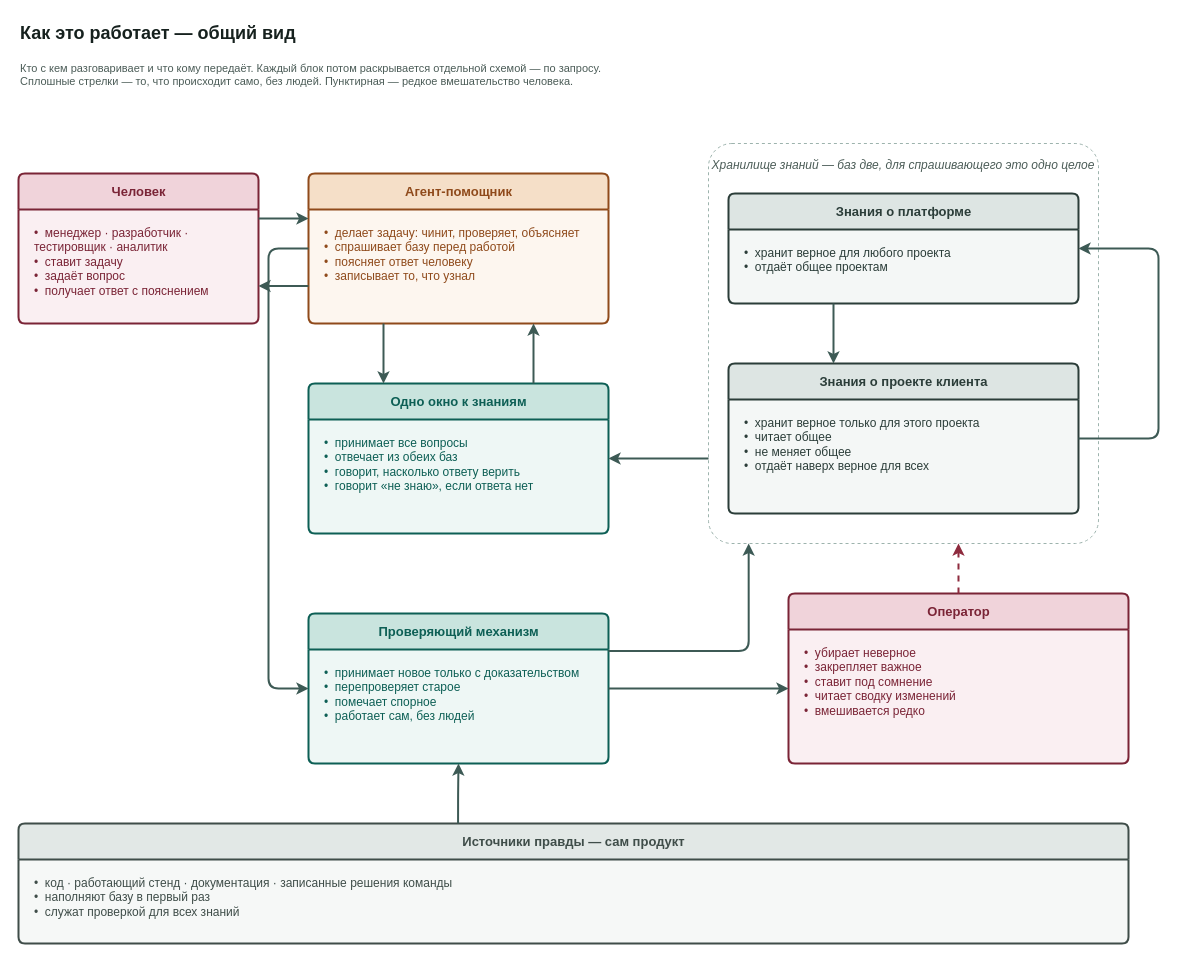
VirtoCommerce/ai-tools keeps this draw.io diagram as docs/adr/adr-knowledge-base-v3-overview.drawio. Above is the earlier version. Source tidied: cells renumbered, new cells numbered last; positions are measured from the earlier drawing's top-left corner, leaving out a move shared by most shapes. Both pictures are drawn from the tidied source at 100%, with x=0, y=0 at pixel (18, 17).
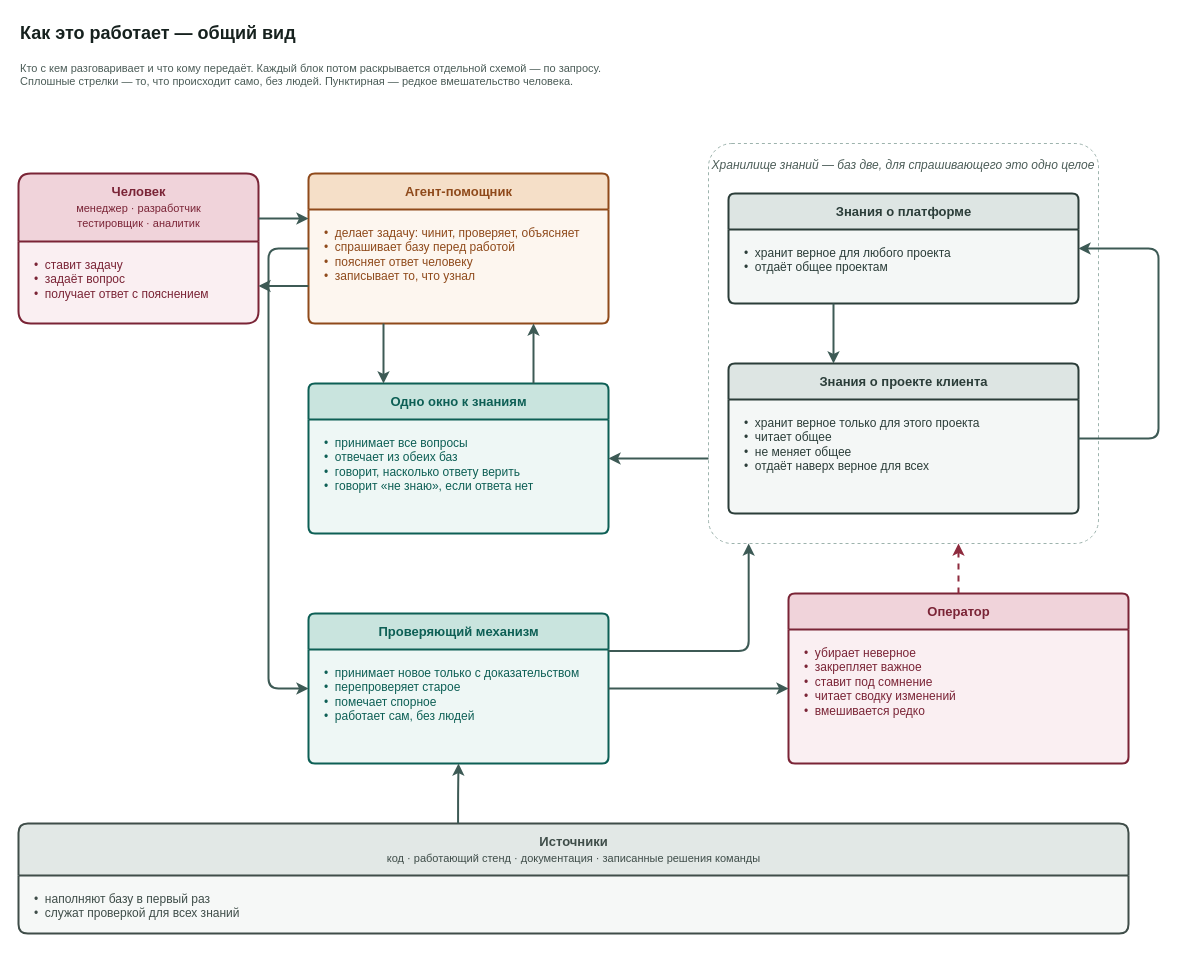
The same page after the edit.

Commit message (it also covers changes not shown here):
docs(adr): kb v3 — «кто это» переехало в заголовок карточки (VCST-5776)

В блоках «Человек» и «Источники» состав участников был первым тезисом в
списке действий — рядом с «ставит задачу» стояло «менеджер · разработчик»,
хотя это ответ на другой вопрос. Теперь состав идёт второй строкой шапки,
а список остаётся списком действий.

«Источники правды» переименованы в «Источники».

What changed in the source:
```diff
@@
-    <mxCell id="4" value="Человек" style="swimlane;html=1;rounded=1;arcSize=6;startSize=36;horizontal=1;fillColor=#f0d3da;swimlaneFillColor=#faeff2;strokeColor=#7a2436;fontColor=#7a2436;fontSize=13;fontStyle=1;align=center;verticalAlign=middle;strokeWidth=2;fontFamily=Helvetica;" parent="1" vertex="1">
+    <mxCell id="4" value="Человек&lt;br&gt;&lt;span style=&quot;font-size:11px;font-weight:normal&quot;&gt;менеджер · разработчик&lt;br&gt;тестировщик · аналитик&lt;/span&gt;" style="swimlane;html=1;rounded=1;arcSize=6;startSize=68;horizontal=1;fillColor=#f0d3da;swimlaneFillColor=#faeff2;strokeColor=#7a2436;fontColor=#7a2436;fontSize=13;fontStyle=1;align=center;verticalAlign=middle;strokeWidth=2;fontFamily=Helvetica;" parent="1" vertex="1">
       <mxGeometry y="156" width="240" height="150" as="geometry" />
     </mxCell>
-    <mxCell id="5" value="•&amp;nbsp; менеджер · разработчик · тестировщик · аналитик&lt;br&gt;•&amp;nbsp; ставит задачу&lt;br&gt;•&amp;nbsp; задаёт вопрос&lt;br&gt;•&amp;nbsp; получает ответ с пояснением" style="text;html=1;align=left;verticalAlign=top;whiteSpace=wrap;spacingLeft=14;spacingTop=10;spacingRight=10;fontSize=12;fontColor=#7a2436;fontFamily=Helvetica;" parent="4" vertex="1">
-      <mxGeometry y="36" width="240" height="114" as="geometry" />
+    <mxCell id="5" value="•&amp;nbsp; ставит задачу&lt;br&gt;•&amp;nbsp; задаёт вопрос&lt;br&gt;•&amp;nbsp; получает ответ с пояснением" style="text;html=1;align=left;verticalAlign=top;whiteSpace=wrap;spacingLeft=14;spacingTop=10;spacingRight=10;fontSize=12;fontColor=#7a2436;fontFamily=Helvetica;" parent="4" vertex="1">
+      <mxGeometry y="68" width="240" height="82" as="geometry" />
     </mxCell>
@@
-    <mxCell id="19" value="Источники правды — сам продукт" style="swimlane;html=1;rounded=1;arcSize=6;startSize=36;horizontal=1;fillColor=#e2e8e6;swimlaneFillColor=#f6f8f7;strokeColor=#3f4d49;fontColor=#3f4d49;fontSize=13;fontStyle=1;align=center;verticalAlign=middle;strokeWidth=2;fontFamily=Helvetica;" parent="1" vertex="1">
-      <mxGeometry y="806" width="1110" height="120" as="geometry" />
+    <mxCell id="19" value="Источники&lt;br&gt;&lt;span style=&quot;font-size:11px;font-weight:normal&quot;&gt;код · работающий стенд · документация · записанные решения команды&lt;/span&gt;" style="swimlane;html=1;rounded=1;arcSize=6;startSize=52;horizontal=1;fillColor=#e2e8e6;swimlaneFillColor=#f6f8f7;strokeColor=#3f4d49;fontColor=#3f4d49;fontSize=13;fontStyle=1;align=center;verticalAlign=middle;strokeWidth=2;fontFamily=Helvetica;" parent="1" vertex="1">
+      <mxGeometry y="806" width="1110" height="110" as="geometry" />
     </mxCell>
-    <mxCell id="20" value="•&amp;nbsp; код · работающий стенд · документация · записанные решения команды&lt;br&gt;•&amp;nbsp; наполняют базу в первый раз&lt;br&gt;•&amp;nbsp; служат проверкой для всех знаний" style="text;html=1;align=left;verticalAlign=top;whiteSpace=wrap;spacingLeft=14;spacingTop=10;spacingRight=10;fontSize=12;fontColor=#3f4d49;fontFamily=Helvetica;" parent="19" vertex="1">
-      <mxGeometry y="36" width="1110" height="84" as="geometry" />
+    <mxCell id="20" value="•&amp;nbsp; наполняют базу в первый раз&lt;br&gt;•&amp;nbsp; служат проверкой для всех знаний" style="text;html=1;align=left;verticalAlign=top;whiteSpace=wrap;spacingLeft=14;spacingTop=10;spacingRight=10;fontSize=12;fontColor=#3f4d49;fontFamily=Helvetica;" parent="19" vertex="1">
+      <mxGeometry y="52" width="1110" height="58" as="geometry" />
     </mxCell>
```
